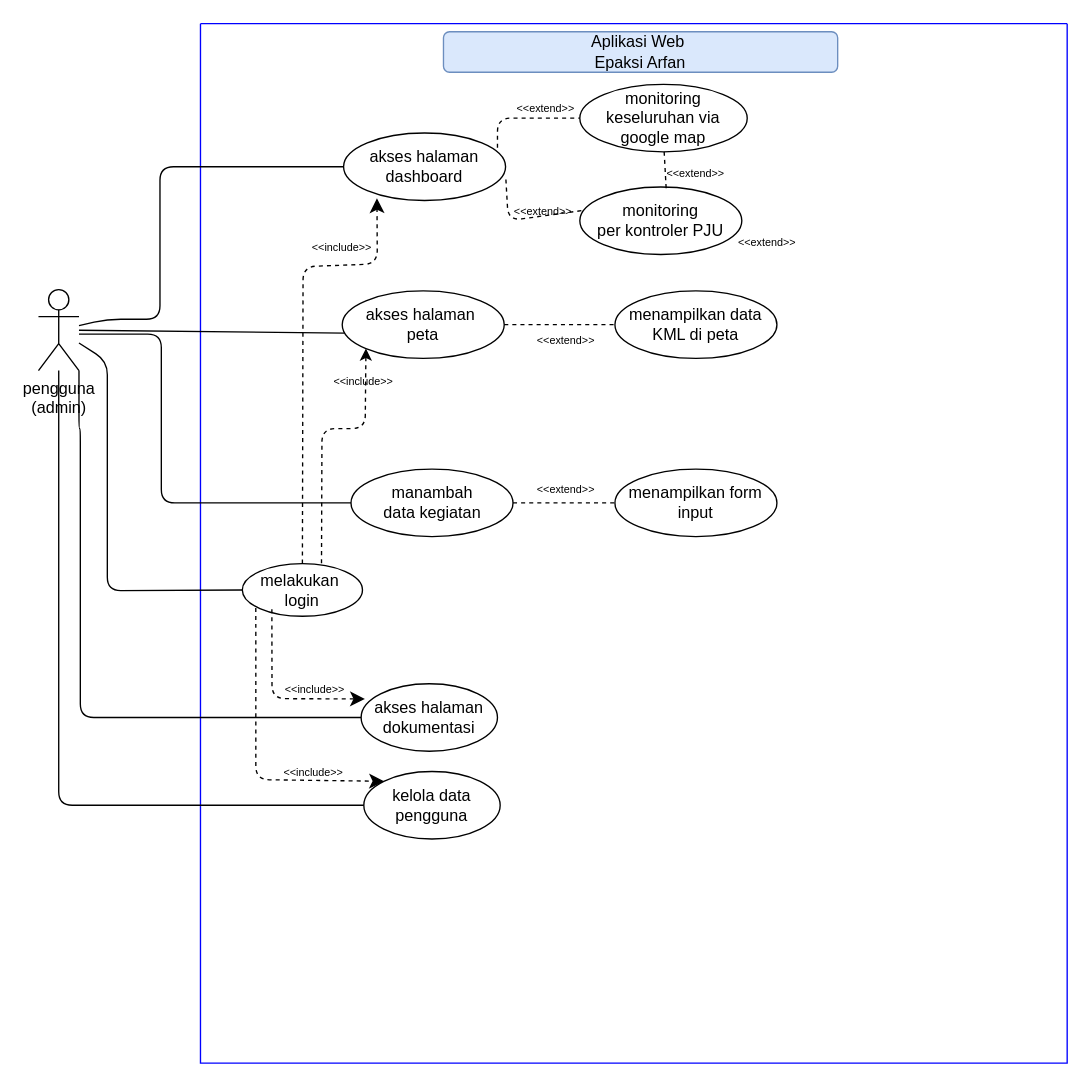
Above: Epaksi Arfan.drawio in eenattayani/desain (draw.io), before the change. Source tidied: cells renumbered, new cells numbered last; positions are measured from the earlier drawing's top-left corner, leaving out a move shared by most shapes. Both pictures are drawn from the tidied source at 135%, with x=0, y=0 at pixel (38, 23).
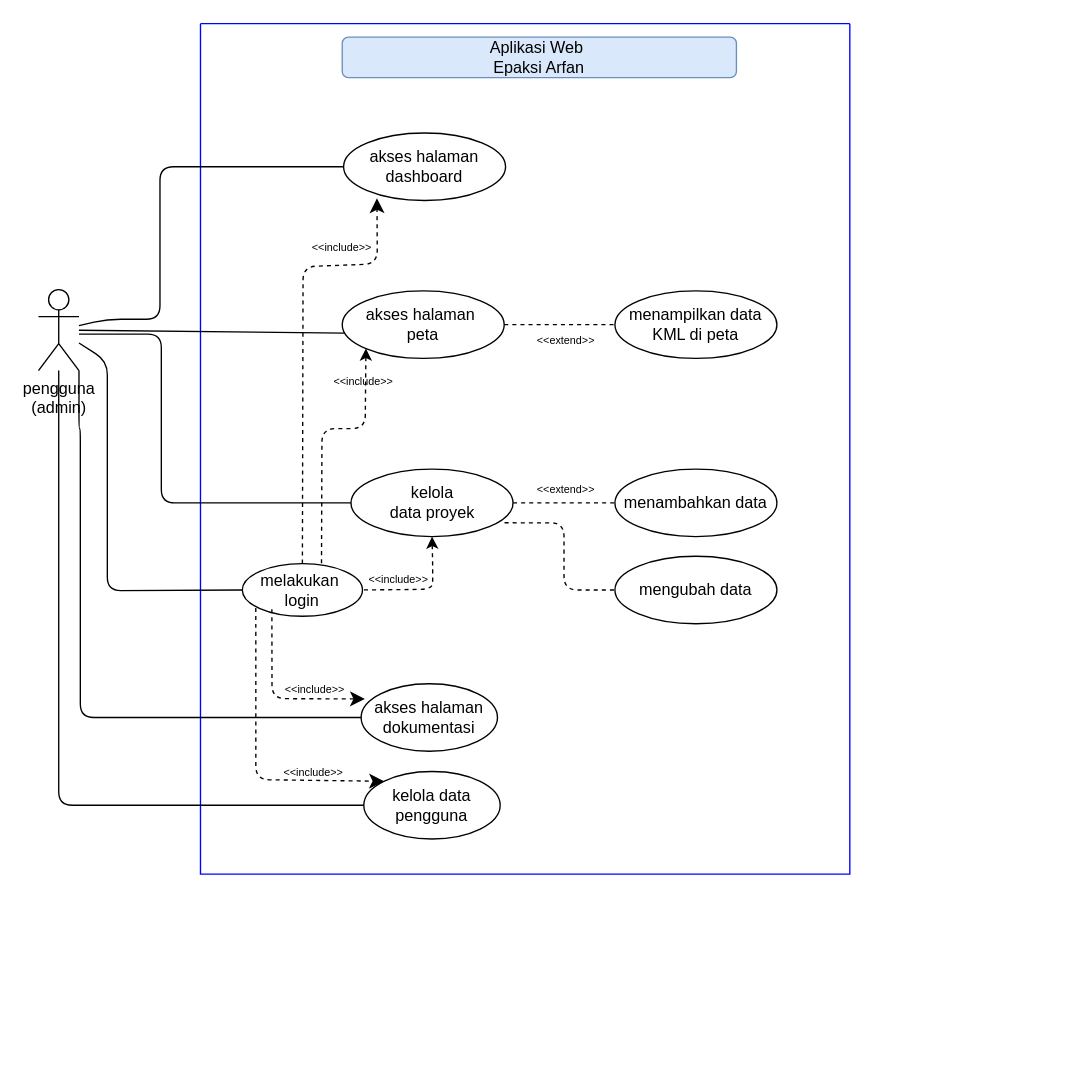
The same diagram, later.

Unchanged cells that the change refers to:
```xml
<mxCell id="3" value="akses halaman dashboard" style="ellipse;whiteSpace=wrap;html=1;" parent="2" vertex="1">
  <mxGeometry x="106" y="81" width="120" height="50" as="geometry" />
</mxCell>
<mxCell id="5" value="melakukan&amp;nbsp;&lt;div&gt;login&lt;/div&gt;" style="ellipse;whiteSpace=wrap;html=1;" parent="2" vertex="1">
  <mxGeometry x="31" y="400" width="89" height="39" as="geometry" />
</mxCell>
```

What changed in the source:
```diff
@@
     <mxCell id="2" style="swimlane;startSize=0;fillColor=#fff2cc;strokeColor=#0000FF;" parent="1" vertex="1">
-      <mxGeometry x="120" width="642" height="770" as="geometry" />
+      <mxGeometry x="120" width="481" height="630" as="geometry" />
     </mxCell>
@@
     <mxCell id="12" value="Aplikasi Web&amp;nbsp;&lt;div&gt;Epaksi Arfan&lt;/div&gt;" style="text;html=1;align=center;verticalAlign=middle;whiteSpace=wrap;rounded=1;fillColor=#dae8fc;strokeColor=#6c8ebf;fillStyle=solid;gradientColor=none;perimeterSpacing=0;strokeWidth=1;spacingTop=1;spacingBottom=1;" parent="2" vertex="1">
-      <mxGeometry x="180" y="6" width="292" height="30" as="geometry" />
+      <mxGeometry x="105" y="10" width="292" height="30" as="geometry" />
     </mxCell>
-    <mxCell id="13" value="monitoring keseluruhan via&lt;div&gt;google map&lt;/div&gt;" style="ellipse;whiteSpace=wrap;html=1;" parent="2" vertex="1">
-      <mxGeometry x="281" y="45" width="124" height="50" as="geometry" />
-    </mxCell>
-    <mxCell id="14" value="monitoring&lt;div&gt;per kontroler PJU&lt;/div&gt;" style="ellipse;whiteSpace=wrap;html=1;" parent="2" vertex="1">
-      <mxGeometry x="281" y="121" width="120" height="50" as="geometry" />
-    </mxCell>
-    <mxCell id="15" style="endArrow=none;dashed=1;html=1;rounded=1;entryX=0;entryY=0.5;entryDx=0;entryDy=0;exitX=0.95;exitY=0.22;exitDx=0;exitDy=0;exitPerimeter=0;curved=0;" parent="2" edge="1" source="3" target="13">
-      <mxGeometry relative="1" as="geometry">
-        <Array as="points">
-          <mxPoint x="220" y="70" />
-        </Array>
-      </mxGeometry>
-    </mxCell>
-    <mxCell id="16" style="endArrow=none;dashed=1;html=1;rounded=1;exitX=1.002;exitY=0.689;exitDx=0;exitDy=0;exitPerimeter=0;entryX=0.025;entryY=0.346;entryDx=0;entryDy=0;entryPerimeter=0;curved=0;" parent="2" edge="1" source="3" target="14">
-      <mxGeometry relative="1" as="geometry">
-        <Array as="points">
-          <mxPoint x="228" y="146" />
-        </Array>
-      </mxGeometry>
-    </mxCell>
-    <mxCell id="17" value="&amp;lt;&amp;lt;extend&amp;gt;&amp;gt;" style="text;html=1;align=center;verticalAlign=middle;whiteSpace=wrap;rounded=0;fontSize=8;" parent="2" vertex="1">
-      <mxGeometry x="226" y="58" width="60" height="10" as="geometry" />
-    </mxCell>
-    <mxCell id="18" value="&amp;lt;&amp;lt;extend&amp;gt;&amp;gt;" style="text;html=1;align=center;verticalAlign=middle;whiteSpace=wrap;rounded=0;fontSize=8;" parent="2" vertex="1">
-      <mxGeometry x="224" y="134" width="60" height="10" as="geometry" />
-    </mxCell>
@@
-    <mxCell id="23" style="edgeStyle=none;curved=1;rounded=0;jettySize=auto;html=1;entryX=0.533;entryY=0.022;entryDx=0;entryDy=0;entryPerimeter=0;fontSize=12;startSize=8;endSize=8;dashed=1;endArrow=none;endFill=0;" parent="2" edge="1" source="13" target="14">
-      <mxGeometry relative="1" as="geometry" />
-    </mxCell>
-    <mxCell id="24" value="&amp;lt;&amp;lt;extend&amp;gt;&amp;gt;" style="text;html=1;align=center;verticalAlign=middle;whiteSpace=wrap;rounded=0;fontSize=8;" parent="2" vertex="1">
-      <mxGeometry x="390" y="157" width="60" height="10" as="geometry" />
-    </mxCell>
-    <mxCell id="25" value="&amp;lt;&amp;lt;extend&amp;gt;&amp;gt;" style="text;html=1;align=center;verticalAlign=middle;whiteSpace=wrap;rounded=0;fontSize=8;" parent="2" vertex="1">
-      <mxGeometry x="337" y="106" width="60" height="10" as="geometry" />
-    </mxCell>
@@
+    <mxCell id="40" style="edgeStyle=orthogonalEdgeStyle;rounded=1;jettySize=auto;html=1;entryX=0;entryY=0.5;entryDx=0;entryDy=0;curved=0;dashed=1;endArrow=none;endFill=0;exitX=0.948;exitY=0.795;exitDx=0;exitDy=0;exitPerimeter=0;" parent="2" edge="1" source="30" target="41">
+      <mxGeometry relative="1" as="geometry" />
+    </mxCell>
-    <mxCell id="30" value="manambah&lt;div&gt;data kegiatan&lt;/div&gt;" style="ellipse;whiteSpace=wrap;html=1;" parent="2" vertex="1">
+    <mxCell id="30" value="kelola&lt;div&gt;data proyek&lt;/div&gt;" style="ellipse;whiteSpace=wrap;html=1;" parent="2" vertex="1">
       <mxGeometry x="111.5" y="330" width="120" height="50" as="geometry" />
     </mxCell>
-    <mxCell id="31" value="menampilkan form input" style="ellipse;whiteSpace=wrap;html=1;" parent="2" vertex="1">
+    <mxCell id="31" value="menambahkan data" style="ellipse;whiteSpace=wrap;html=1;" parent="2" vertex="1">
       <mxGeometry x="307" y="330" width="120" height="50" as="geometry" />
     </mxCell>
@@
+    <mxCell id="41" value="mengubah data" style="ellipse;whiteSpace=wrap;html=1;" parent="2" vertex="1">
+      <mxGeometry x="307" y="394.5" width="120" height="50" as="geometry" />
+    </mxCell>
+    <mxCell id="42" style="endArrow=none;dashed=1;html=1;rounded=1;exitX=0.5;exitY=1;exitDx=0;exitDy=0;entryX=1;entryY=0.5;entryDx=0;entryDy=0;startArrow=classic;startFill=1;curved=0;" parent="2" edge="1" source="30" target="5">
+      <mxGeometry relative="1" as="geometry">
+        <Array as="points">
+          <mxPoint x="172" y="400" />
+          <mxPoint x="172" y="419" />
+        </Array>
+      </mxGeometry>
+    </mxCell>
+    <mxCell id="43" value="&amp;lt;&amp;lt;include&amp;gt;&amp;gt;" style="text;html=1;align=center;verticalAlign=middle;whiteSpace=wrap;rounded=0;fontSize=8;" parent="2" vertex="1">
+      <mxGeometry x="117" y="407" width="60" height="10" as="geometry" />
+    </mxCell>
```
